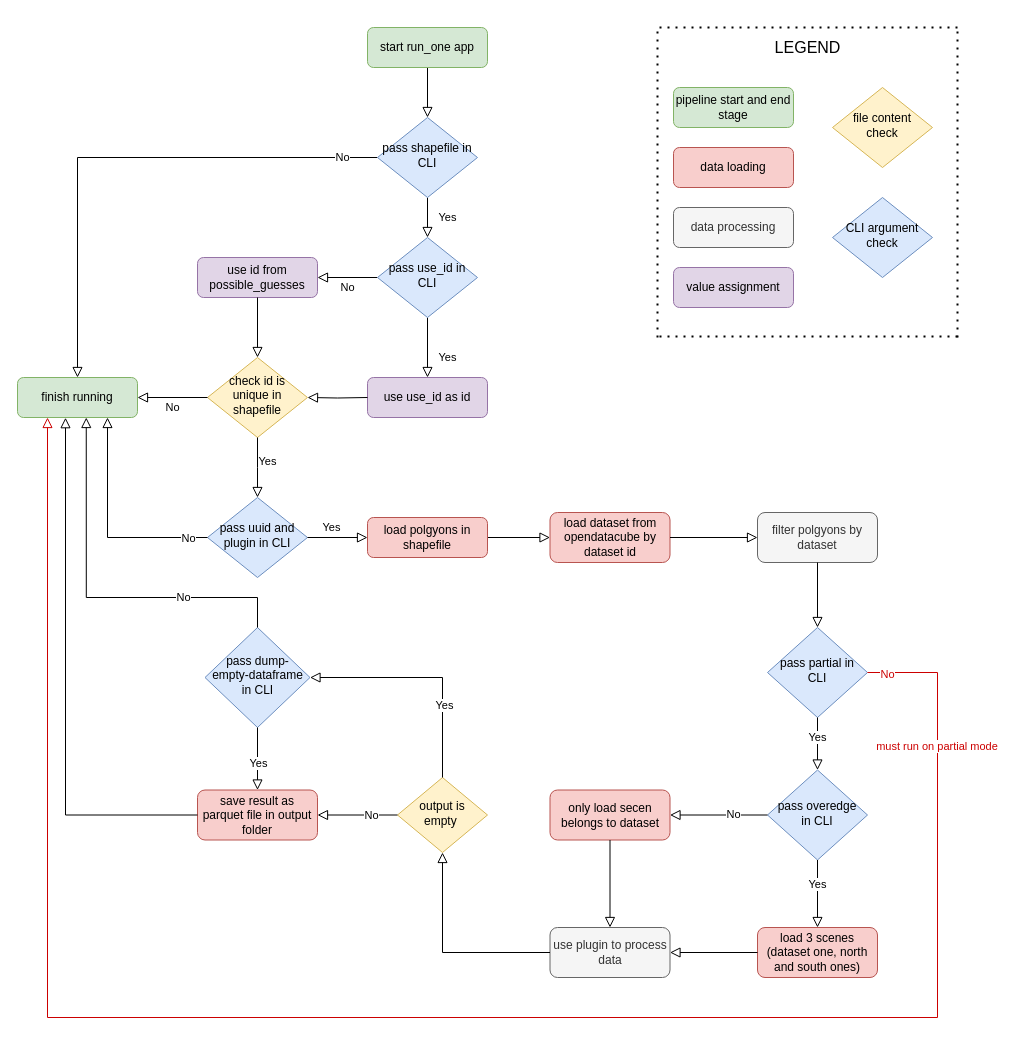
Above: doc/dea-conflux-control-flow-local.drawio in GeoscienceAustralia/dea-conflux (draw.io), before the change. Source tidied: cells renumbered, new cells numbered last; positions are measured from the earlier drawing's top-left corner, leaving out a move shared by most shapes. Both pictures are drawn from the tidied source at 100%, with x=0, y=0 at pixel (17, 27).
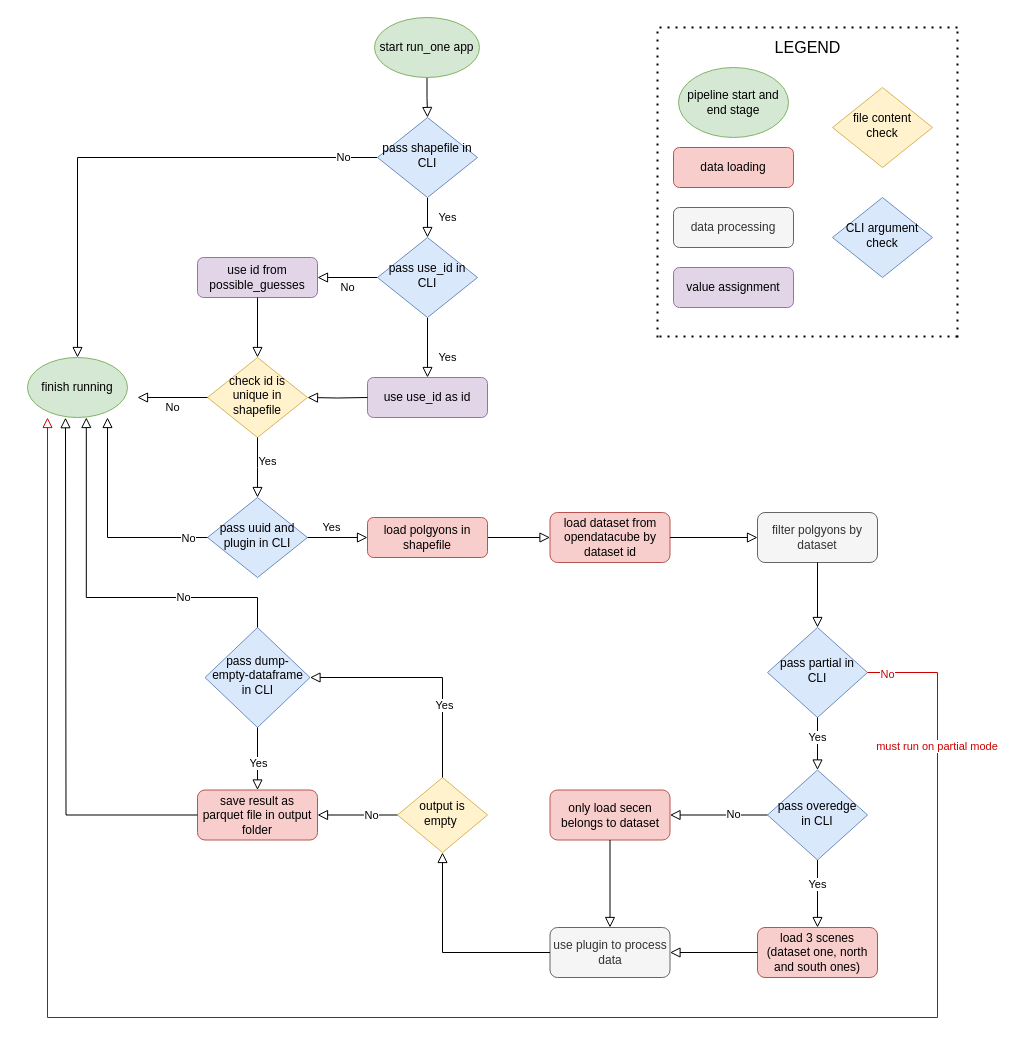
After the change.

Commit message (it also covers changes not shown here):
Update processing start and finish stage shapes (#40)

Unchanged cells that the change refers to:
```xml
<mxCell id="7" value="pass shapefile in CLI" style="rhombus;whiteSpace=wrap;html=1;shadow=0;fontFamily=Helvetica;fontSize=12;align=center;strokeWidth=1;spacing=6;spacingTop=-4;fillColor=#dae8fc;strokeColor=#6c8ebf;" parent="1" vertex="1">
  <mxGeometry x="360" y="90" width="100" height="80" as="geometry" />
</mxCell>
<mxCell id="25" value="pass&amp;nbsp;partial in CLI" style="rhombus;whiteSpace=wrap;html=1;shadow=0;fontFamily=Helvetica;fontSize=12;align=center;strokeWidth=1;spacing=6;spacingTop=-4;fillColor=#dae8fc;strokeColor=#6c8ebf;" parent="1" vertex="1">
  <mxGeometry x="750" y="600" width="100" height="90" as="geometry" />
</mxCell>
<mxCell id="46" value="pass dump-empty-dataframe in CLI" style="rhombus;whiteSpace=wrap;html=1;shadow=0;fontFamily=Helvetica;fontSize=12;align=center;strokeWidth=1;spacing=6;spacingTop=-4;fillColor=#dae8fc;strokeColor=#6c8ebf;" parent="1" vertex="1">
  <mxGeometry x="187.5" y="600" width="105" height="100" as="geometry" />
</mxCell>
<mxCell id="47" value="save result as parquet file in output folder" style="rounded=1;whiteSpace=wrap;html=1;fontSize=12;glass=0;strokeWidth=1;shadow=0;fillColor=#f8cecc;strokeColor=#b85450;" parent="1" vertex="1">
  <mxGeometry x="180" y="762.5" width="120" height="50" as="geometry" />
</mxCell>
```

What changed in the source:
```diff
@@
-    <mxCell id="2" style="rounded=0;html=1;jettySize=auto;fontSize=11;endArrow=block;endFill=0;endSize=8;strokeWidth=1;shadow=0;labelBackgroundColor=none;edgeStyle=orthogonalEdgeStyle;" parent="1" edge="1" source="3" target="7">
+    <mxCell id="2" style="rounded=0;html=1;jettySize=auto;fontSize=11;endArrow=block;endFill=0;endSize=8;strokeWidth=1;shadow=0;labelBackgroundColor=none;edgeStyle=orthogonalEdgeStyle;exitX=0.5;exitY=1;exitDx=0;exitDy=0;" parent="1" edge="1" source="3" target="7">
       <mxGeometry relative="1" as="geometry" />
     </mxCell>
-    <mxCell id="3" value="start run_one app" style="rounded=1;whiteSpace=wrap;html=1;fontSize=12;glass=0;strokeWidth=1;shadow=0;fillColor=#d5e8d4;strokeColor=#82b366;" parent="1" vertex="1">
-      <mxGeometry x="350" width="120" height="40" as="geometry" />
-    </mxCell>
@@
-    <mxCell id="17" value="finish running" style="rounded=1;whiteSpace=wrap;html=1;fontSize=12;glass=0;strokeWidth=1;shadow=0;fillColor=#d5e8d4;strokeColor=#82b366;" parent="1" vertex="1">
-      <mxGeometry y="350" width="120" height="40" as="geometry" />
-    </mxCell>
@@
-    <mxCell id="27" style="edgeStyle=orthogonalEdgeStyle;rounded=0;html=1;jettySize=auto;fontSize=11;endArrow=block;endFill=0;endSize=8;strokeWidth=1;shadow=0;labelBackgroundColor=none;exitX=1;exitY=0.5;exitDx=0;exitDy=0;entryX=0.25;entryY=1;entryDx=0;entryDy=0;strokeColor=#CC0000;" parent="1" edge="1" source="25" target="17">
+    <mxCell id="27" style="edgeStyle=orthogonalEdgeStyle;rounded=0;html=1;jettySize=auto;fontSize=11;endArrow=block;endFill=0;endSize=8;strokeWidth=1;shadow=0;labelBackgroundColor=none;exitX=1;exitY=0.5;exitDx=0;exitDy=0;entryX=0.25;entryY=1;entryDx=0;entryDy=0;strokeColor=#CC0000;" parent="1" edge="1" source="25">
       <mxGeometry y="10" relative="1" as="geometry">
+        <mxPoint x="30" y="390" as="targetPoint" />
         <Array as="points">
           <mxPoint x="920" y="645" />
           <mxPoint x="920" y="990" />
           <mxPoint x="30" y="990" />
         </Array>
       </mxGeometry>
     </mxCell>
@@
-    <mxCell id="52" style="edgeStyle=orthogonalEdgeStyle;rounded=0;html=1;jettySize=auto;fontSize=11;endArrow=block;endFill=0;endSize=8;strokeWidth=1;shadow=0;labelBackgroundColor=none;exitX=0.5;exitY=0;exitDx=0;exitDy=0;entryX=0.573;entryY=1;entryDx=0;entryDy=0;entryPerimeter=0;" parent="1" edge="1" source="46" target="17">
+    <mxCell id="52" style="edgeStyle=orthogonalEdgeStyle;rounded=0;html=1;jettySize=auto;fontSize=11;endArrow=block;endFill=0;endSize=8;strokeWidth=1;shadow=0;labelBackgroundColor=none;exitX=0.5;exitY=0;exitDx=0;exitDy=0;entryX=0.573;entryY=1;entryDx=0;entryDy=0;entryPerimeter=0;" parent="1" edge="1" source="46">
       <mxGeometry y="10" relative="1" as="geometry">
+        <mxPoint x="68.8" y="390" as="targetPoint" />
         <Array as="points">
           <mxPoint x="240" y="570" />
           <mxPoint x="69" y="570" />
         </Array>
       </mxGeometry>
     </mxCell>
@@
-    <mxCell id="56" value="pipeline start and end stage" style="rounded=1;whiteSpace=wrap;html=1;fontSize=12;glass=0;strokeWidth=1;shadow=0;fillColor=#d5e8d4;strokeColor=#82b366;" parent="1" vertex="1">
-      <mxGeometry x="656" y="60" width="120" height="40" as="geometry" />
-    </mxCell>
@@
-    <mxCell id="68" style="edgeStyle=orthogonalEdgeStyle;rounded=0;html=1;jettySize=auto;fontSize=11;endArrow=block;endFill=0;endSize=8;strokeWidth=1;shadow=0;labelBackgroundColor=none;exitX=0;exitY=0.5;exitDx=0;exitDy=0;entryX=0.4;entryY=1.005;entryDx=0;entryDy=0;entryPerimeter=0;" parent="1" edge="1" source="47" target="17">
-      <mxGeometry y="10" relative="1" as="geometry" />
+    <mxCell id="68" style="edgeStyle=orthogonalEdgeStyle;rounded=0;html=1;jettySize=auto;fontSize=11;endArrow=block;endFill=0;endSize=8;strokeWidth=1;shadow=0;labelBackgroundColor=none;exitX=0;exitY=0.5;exitDx=0;exitDy=0;entryX=0.4;entryY=1.005;entryDx=0;entryDy=0;entryPerimeter=0;" parent="1" edge="1" source="47">
+      <mxGeometry y="10" relative="1" as="geometry">
+        <mxPoint x="48" y="390.2" as="targetPoint" />
+      </mxGeometry>
     </mxCell>
+    <mxCell id="3" value="start run_one app" style="ellipse;whiteSpace=wrap;html=1;fillColor=#d5e8d4;strokeColor=#82b366;" parent="1" vertex="1">
+      <mxGeometry x="357" y="-10" width="105" height="60" as="geometry" />
+    </mxCell>
+    <mxCell id="17" value="finish running" style="ellipse;whiteSpace=wrap;html=1;fillColor=#d5e8d4;strokeColor=#82b366;" parent="1" vertex="1">
+      <mxGeometry x="10" y="330" width="100" height="60" as="geometry" />
+    </mxCell>
+    <mxCell id="56" value="pipeline start and end stage" style="ellipse;whiteSpace=wrap;html=1;fillColor=#d5e8d4;strokeColor=#82b366;" parent="1" vertex="1">
+      <mxGeometry x="661" y="40" width="110" height="70" as="geometry" />
+    </mxCell>
```
